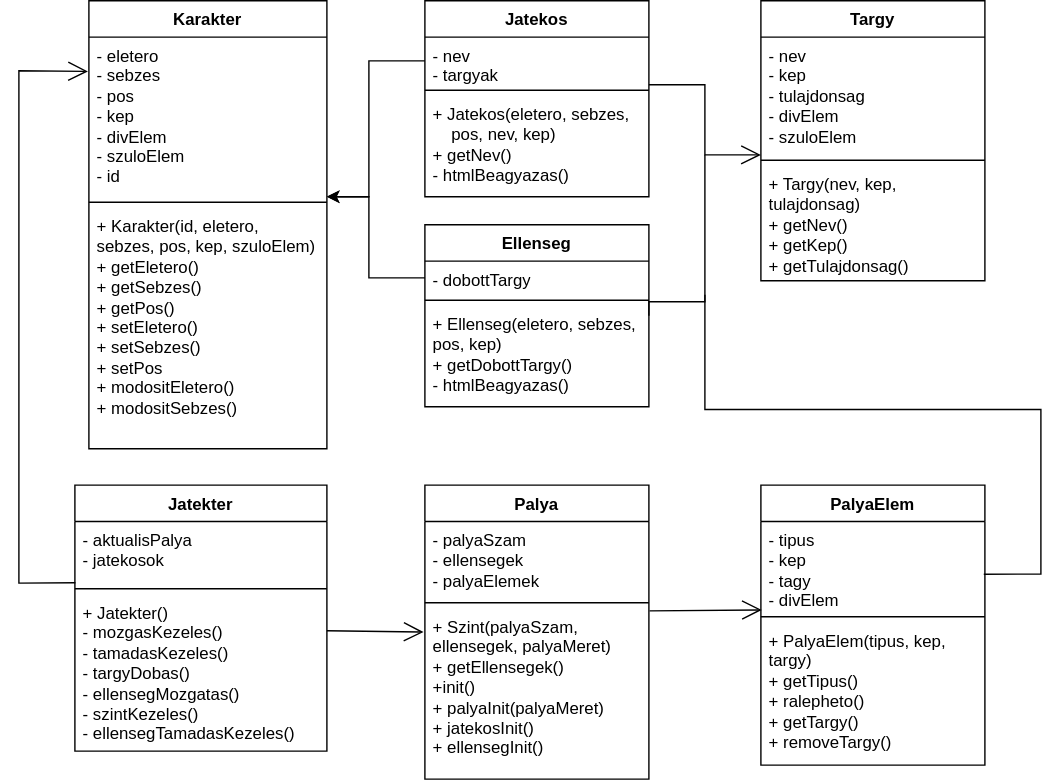
Ez-meg-egyes/Multiplayer-jatek keeps this draw.io diagram as Dokumentumok/Jatek_Osztalyok.svg. Above is the earlier version. Source tidied: cells renumbered, new cells last; positions are measured from the earlier drawing's top-left corner, leaving out a move shared by most shapes.
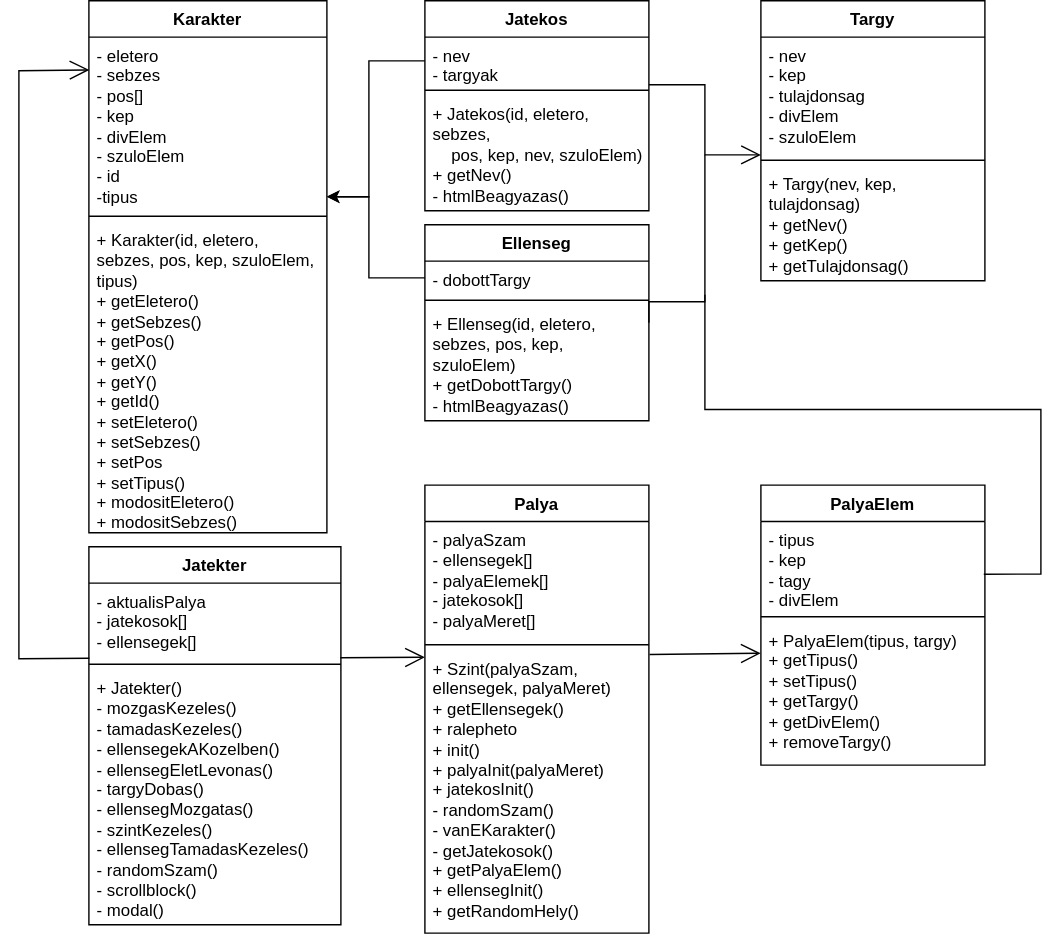
After the commit.

Commit message:
UML ábra frissítve

Diff of the diagram source:
```diff
@@ -15,21 +15,16 @@
       <mxGeometry y="118" width="160" height="82" as="geometry" />
     </mxCell>
     <mxCell id="6" value="Palya" style="swimlane;fontStyle=1;align=center;verticalAlign=top;horizontal=1;startSize=26;whiteSpace=wrap;html=1;" parent="1" vertex="1">
-      <mxGeometry x="290" y="346" width="160" height="210" as="geometry" />
+      <mxGeometry x="290" y="346" width="160" height="320" as="geometry" />
     </mxCell>
-    <mxCell id="7" value="- palyaSzam&lt;br&gt;- ellensegek&lt;br&gt;- palyaElemek" style="text;strokeColor=none;fillColor=none;align=left;verticalAlign=top;spacingLeft=4;spacingRight=4;overflow=hidden;whiteSpace=wrap;html=1;" parent="6" vertex="1">
-      <mxGeometry y="26" width="160" height="54" as="geometry" />
+    <mxCell id="7" value="- palyaSzam&lt;br&gt;- ellensegek[]&lt;br&gt;- palyaElemek[]&lt;br&gt;- jatekosok[]&lt;br&gt;- palyaMeret[]" style="text;strokeColor=none;fillColor=none;align=left;verticalAlign=top;spacingLeft=4;spacingRight=4;overflow=hidden;whiteSpace=wrap;html=1;" parent="6" vertex="1">
+      <mxGeometry y="26" width="160" height="84" as="geometry" />
     </mxCell>
     <mxCell id="8" style="line;strokeWidth=1;fillColor=none;align=left;verticalAlign=middle;spacingTop=-1;spacingLeft=3;spacingRight=3;labelPosition=right;strokeColor=inherit;" parent="6" vertex="1">
-      <mxGeometry y="80" width="160" height="8" as="geometry" />
+      <mxGeometry y="110" width="160" height="8" as="geometry" />
     </mxCell>
-    <mxCell id="9" style="endArrow=open;endFill=1;endSize=12;html=1;rounded=0;entryX=-0.006;entryY=0.139;entryDx=0;entryDy=0;entryPerimeter=0;" parent="6" edge="1" target="10">
-      <mxGeometry relative="1" as="geometry">
-        <mxPoint x="-70" y="104" as="sourcePoint" />
-      </mxGeometry>
-    </mxCell>
-    <mxCell id="10" value="+ Szint(palyaSzam, ellensegek, palyaMeret)&lt;br&gt;+ getEllensegek()&lt;br&gt;+init()&lt;br&gt;+ palyaInit(palyaMeret)&lt;br&gt;+ jatekosInit()&lt;br&gt;+ ellensegInit()" style="text;strokeColor=none;fillColor=none;align=left;verticalAlign=top;spacingLeft=4;spacingRight=4;overflow=hidden;points=[[0,0.5],[1,0.5]];portConstraint=eastwest;whiteSpace=wrap;html=1;" parent="6" vertex="1">
-      <mxGeometry y="88" width="160" height="122" as="geometry" />
+    <mxCell id="10" value="+ Szint(palyaSzam, ellensegek, palyaMeret)&lt;br&gt;+ getEllensegek()&lt;br&gt;+ ralepheto&lt;br&gt;+ init()&lt;br&gt;+ palyaInit(palyaMeret)&lt;br&gt;+ jatekosInit()&lt;br&gt;- randomSzam()&lt;br&gt;- vanEKarakter()&lt;br&gt;- getJatekosok()&lt;br&gt;+ getPalyaElem()&lt;br&gt;+ ellensegInit()&lt;br&gt;+ getRandomHely()" style="text;strokeColor=none;fillColor=none;align=left;verticalAlign=top;spacingLeft=4;spacingRight=4;overflow=hidden;points=[[0,0.5],[1,0.5]];portConstraint=eastwest;whiteSpace=wrap;html=1;" parent="6" vertex="1">
+      <mxGeometry y="118" width="160" height="202" as="geometry" />
     </mxCell>
     <mxCell id="11" style="edgeStyle=orthogonalEdgeStyle;rounded=0;jettySize=auto;html=1;exitX=0;exitY=0.5;exitDx=0;exitDy=0;" parent="1" edge="1" source="13">
       <mxGeometry relative="1" as="geometry">
@@ -41,7 +36,7 @@
       </mxGeometry>
     </mxCell>
     <mxCell id="12" value="Ellenseg" style="swimlane;fontStyle=1;align=center;verticalAlign=top;horizontal=1;startSize=26;whiteSpace=wrap;html=1;" parent="1" vertex="1">
-      <mxGeometry x="290" y="160" width="160" height="130" as="geometry" />
+      <mxGeometry x="290" y="160" width="160" height="140" as="geometry" />
     </mxCell>
     <mxCell id="13" value="- dobottTargy" style="text;strokeColor=none;fillColor=none;align=left;verticalAlign=top;spacingLeft=4;spacingRight=4;overflow=hidden;points=[[0,0.5],[1,0.5]];portConstraint=eastwest;whiteSpace=wrap;html=1;" parent="12" vertex="1">
       <mxGeometry y="26" width="160" height="24" as="geometry" />
@@ -49,11 +44,11 @@
     <mxCell id="14" style="line;strokeWidth=1;fillColor=none;align=left;verticalAlign=middle;spacingTop=-1;spacingLeft=3;spacingRight=3;labelPosition=right;strokeColor=inherit;" parent="12" vertex="1">
       <mxGeometry y="50" width="160" height="8" as="geometry" />
     </mxCell>
-    <mxCell id="15" value="+ Ellenseg(eletero, sebzes, pos, kep)&lt;br&gt;+ getDobottTargy()&lt;br&gt;- htmlBeagyazas()" style="text;strokeColor=none;fillColor=none;align=left;verticalAlign=top;spacingLeft=4;spacingRight=4;overflow=hidden;whiteSpace=wrap;html=1;" parent="12" vertex="1">
-      <mxGeometry y="58" width="160" height="72" as="geometry" />
+    <mxCell id="15" value="+ Ellenseg(id, eletero, sebzes, pos, kep, szuloElem)&lt;br&gt;+ getDobottTargy()&lt;br&gt;- htmlBeagyazas()" style="text;strokeColor=none;fillColor=none;align=left;verticalAlign=top;spacingLeft=4;spacingRight=4;overflow=hidden;whiteSpace=wrap;html=1;" parent="12" vertex="1">
+      <mxGeometry y="58" width="160" height="82" as="geometry" />
     </mxCell>
     <mxCell id="16" value="Jatekos" style="swimlane;fontStyle=1;align=center;verticalAlign=top;horizontal=1;startSize=26;whiteSpace=wrap;html=1;" parent="1" vertex="1">
-      <mxGeometry x="290" width="160" height="140" as="geometry" />
+      <mxGeometry x="290" width="160" height="150" as="geometry" />
     </mxCell>
     <mxCell id="17" value="- nev&lt;br&gt;- targyak" style="text;strokeColor=none;fillColor=none;align=left;verticalAlign=top;spacingLeft=4;spacingRight=4;overflow=hidden;points=[[0,0.5],[1,0.5]];portConstraint=eastwest;whiteSpace=wrap;html=1;" parent="16" vertex="1">
       <mxGeometry y="26" width="160" height="34" as="geometry" />
@@ -61,32 +56,32 @@
     <mxCell id="18" style="line;strokeWidth=1;fillColor=none;align=left;verticalAlign=middle;spacingTop=-1;spacingLeft=3;spacingRight=3;labelPosition=right;strokeColor=inherit;" parent="16" vertex="1">
       <mxGeometry y="60" width="160" height="8" as="geometry" />
     </mxCell>
-    <mxCell id="19" value="+ Jatekos(eletero, sebzes, &lt;br&gt;&lt;span style=&quot;&quot;&gt;&lt;span style=&quot;&quot;&gt;&amp;nbsp;&amp;nbsp;&amp;nbsp;&amp;nbsp;&lt;/span&gt;&lt;/span&gt;pos, nev, kep)&lt;br&gt;+ getNev()&lt;br&gt;- htmlBeagyazas()" style="text;strokeColor=none;fillColor=none;align=left;verticalAlign=top;spacingLeft=4;spacingRight=4;overflow=hidden;whiteSpace=wrap;html=1;" parent="16" vertex="1">
-      <mxGeometry y="68" width="160" height="72" as="geometry" />
+    <mxCell id="19" value="+ Jatekos(id, eletero, sebzes, &lt;br&gt;&lt;span style=&quot;&quot;&gt;&lt;span style=&quot;&quot;&gt;&amp;nbsp;&amp;nbsp;&amp;nbsp;&amp;nbsp;&lt;/span&gt;&lt;/span&gt;pos, kep, nev, szuloElem)&lt;br&gt;+ getNev()&lt;br&gt;- htmlBeagyazas()" style="text;strokeColor=none;fillColor=none;align=left;verticalAlign=top;spacingLeft=4;spacingRight=4;overflow=hidden;whiteSpace=wrap;html=1;" parent="16" vertex="1">
+      <mxGeometry y="68" width="160" height="82" as="geometry" />
     </mxCell>
     <mxCell id="20" value="Jatekter" style="swimlane;fontStyle=1;align=center;verticalAlign=top;horizontal=1;startSize=26;whiteSpace=wrap;html=1;" parent="1" vertex="1">
-      <mxGeometry x="40" y="346" width="180" height="190" as="geometry" />
+      <mxGeometry x="50" y="390" width="180" height="270" as="geometry" />
     </mxCell>
-    <mxCell id="21" value="- aktualisPalya&lt;br&gt;- jatekosok" style="text;strokeColor=none;fillColor=none;align=left;verticalAlign=top;spacingLeft=4;spacingRight=4;overflow=hidden;points=[[0,0.5],[1,0.5]];portConstraint=eastwest;whiteSpace=wrap;html=1;" parent="20" vertex="1">
-      <mxGeometry y="26" width="180" height="44" as="geometry" />
+    <mxCell id="21" value="- aktualisPalya&lt;br&gt;- jatekosok[]&lt;br&gt;- ellensegek[]" style="text;strokeColor=none;fillColor=none;align=left;verticalAlign=top;spacingLeft=4;spacingRight=4;overflow=hidden;points=[[0,0.5],[1,0.5]];portConstraint=eastwest;whiteSpace=wrap;html=1;" parent="20" vertex="1">
+      <mxGeometry y="26" width="180" height="54" as="geometry" />
     </mxCell>
     <mxCell id="22" style="line;strokeWidth=1;fillColor=none;align=left;verticalAlign=middle;spacingTop=-1;spacingLeft=3;spacingRight=3;labelPosition=right;strokeColor=inherit;" parent="20" vertex="1">
-      <mxGeometry y="70" width="180" height="8" as="geometry" />
+      <mxGeometry y="80" width="180" height="8" as="geometry" />
     </mxCell>
-    <mxCell id="23" value="+ Jatekter()&lt;br&gt;- mozgasKezeles()&lt;br&gt;- tamadasKezeles()&lt;br&gt;- targyDobas()&lt;br&gt;- ellensegMozgatas()&lt;br&gt;- szintKezeles()&lt;br&gt;- ellensegTamadasKezeles()&lt;br&gt;" style="text;strokeColor=none;fillColor=none;align=left;verticalAlign=top;spacingLeft=4;spacingRight=4;overflow=hidden;whiteSpace=wrap;html=1;" parent="20" vertex="1">
-      <mxGeometry y="78" width="180" height="112" as="geometry" />
+    <mxCell id="23" value="+ Jatekter()&lt;br&gt;- mozgasKezeles()&lt;br&gt;- tamadasKezeles()&lt;br&gt;-&amp;nbsp;ellensegekAKozelben()&lt;br&gt;- ellensegEletLevonas()&lt;br&gt;- targyDobas()&lt;br&gt;- ellensegMozgatas()&lt;br&gt;- szintKezeles()&lt;br&gt;- ellensegTamadasKezeles()&lt;br&gt;- randomSzam()&lt;br&gt;- scrollblock()&lt;br&gt;- modal()" style="text;strokeColor=none;fillColor=none;align=left;verticalAlign=top;spacingLeft=4;spacingRight=4;overflow=hidden;whiteSpace=wrap;html=1;" parent="20" vertex="1">
+      <mxGeometry y="88" width="180" height="182" as="geometry" />
     </mxCell>
     <mxCell id="24" value="Karakter" style="swimlane;fontStyle=1;align=center;verticalAlign=top;horizontal=1;startSize=26;whiteSpace=wrap;html=1;" parent="1" vertex="1">
-      <mxGeometry x="50" width="170" height="320" as="geometry" />
+      <mxGeometry x="50" width="170" height="380" as="geometry" />
     </mxCell>
-    <mxCell id="25" value="- eletero&lt;br&gt;- sebzes&lt;br&gt;- pos&lt;br&gt;- kep&lt;br&gt;- divElem&lt;br&gt;- szuloElem&lt;br&gt;- id" style="text;strokeColor=none;fillColor=none;align=left;verticalAlign=top;spacingLeft=4;spacingRight=4;overflow=hidden;points=[[0,0.5],[1,0.5]];portConstraint=eastwest;whiteSpace=wrap;html=1;" parent="24" vertex="1">
-      <mxGeometry y="26" width="170" height="114" as="geometry" />
+    <mxCell id="25" value="- eletero&lt;br&gt;- sebzes&lt;br&gt;- pos[]&lt;br&gt;- kep&lt;br&gt;- divElem&lt;br&gt;- szuloElem&lt;br&gt;- id&lt;br&gt;-tipus" style="text;strokeColor=none;fillColor=none;align=left;verticalAlign=top;spacingLeft=4;spacingRight=4;overflow=hidden;points=[[0,0.5],[1,0.5]];portConstraint=eastwest;whiteSpace=wrap;html=1;" parent="24" vertex="1">
+      <mxGeometry y="26" width="170" height="124" as="geometry" />
     </mxCell>
     <mxCell id="26" style="line;strokeWidth=1;fillColor=none;align=left;verticalAlign=middle;spacingTop=-1;spacingLeft=3;spacingRight=3;labelPosition=right;strokeColor=inherit;" parent="24" vertex="1">
-      <mxGeometry y="140" width="170" height="8" as="geometry" />
+      <mxGeometry y="150" width="170" height="8" as="geometry" />
     </mxCell>
-    <mxCell id="27" value="+ Karakter(id, eletero, sebzes, pos, kep, szuloElem)&lt;br&gt;+ getEletero()&lt;br&gt;+ getSebzes()&lt;br&gt;+ getPos()&lt;br&gt;+ setEletero()&lt;br&gt;+ setSebzes()&lt;br&gt;+ setPos&lt;br&gt;+ modositEletero()&lt;br&gt;+ modositSebzes()" style="text;strokeColor=none;fillColor=none;align=left;verticalAlign=top;spacingLeft=4;spacingRight=4;overflow=hidden;whiteSpace=wrap;html=1;" parent="24" vertex="1">
-      <mxGeometry y="148" width="170" height="172" as="geometry" />
+    <mxCell id="27" value="+ Karakter(id, eletero, sebzes, pos, kep, szuloElem, tipus)&lt;br&gt;+ getEletero()&lt;br&gt;+ getSebzes()&lt;br&gt;+ getPos()&lt;br&gt;+ getX()&lt;br&gt;+ getY()&lt;br&gt;+ getId()&lt;br&gt;+ setEletero()&lt;br&gt;+ setSebzes()&lt;br&gt;+ setPos&lt;br&gt;+ setTipus()&lt;br&gt;+ modositEletero()&lt;br&gt;+ modositSebzes()" style="text;strokeColor=none;fillColor=none;align=left;verticalAlign=top;spacingLeft=4;spacingRight=4;overflow=hidden;whiteSpace=wrap;html=1;" parent="24" vertex="1">
+      <mxGeometry y="158" width="170" height="222" as="geometry" />
     </mxCell>
     <mxCell id="28" value="PalyaElem" style="swimlane;fontStyle=1;align=center;verticalAlign=top;horizontal=1;startSize=26;whiteSpace=wrap;html=1;" parent="1" vertex="1">
       <mxGeometry x="530" y="346" width="160" height="200" as="geometry" />
@@ -97,7 +92,7 @@
     <mxCell id="30" style="line;strokeWidth=1;fillColor=none;align=left;verticalAlign=middle;spacingTop=-1;spacingLeft=3;spacingRight=3;labelPosition=right;strokeColor=inherit;" parent="28" vertex="1">
       <mxGeometry y="90" width="160" height="8" as="geometry" />
     </mxCell>
-    <mxCell id="31" value="+ PalyaElem(tipus, kep, targy)&lt;br&gt;+ getTipus()&lt;br&gt;+ ralepheto()&lt;br&gt;+ getTargy()&lt;br&gt;+ removeTargy()&lt;br&gt;" style="text;strokeColor=none;fillColor=none;align=left;verticalAlign=top;spacingLeft=4;spacingRight=4;overflow=hidden;points=[[0,0.5],[1,0.5]];portConstraint=eastwest;whiteSpace=wrap;html=1;" parent="28" vertex="1">
+    <mxCell id="31" value="+ PalyaElem(tipus, targy)&lt;br&gt;+ getTipus()&lt;br&gt;+ setTipus()&lt;br&gt;+ getTargy()&lt;br&gt;+ getDivElem()&lt;br&gt;+ removeTargy()" style="text;strokeColor=none;fillColor=none;align=left;verticalAlign=top;spacingLeft=4;spacingRight=4;overflow=hidden;points=[[0,0.5],[1,0.5]];portConstraint=eastwest;whiteSpace=wrap;html=1;" parent="28" vertex="1">
       <mxGeometry y="98" width="160" height="102" as="geometry" />
     </mxCell>
     <mxCell id="32" style="edgeStyle=orthogonalEdgeStyle;rounded=0;jettySize=auto;html=1;exitX=0;exitY=0.5;exitDx=0;exitDy=0;" parent="1" edge="1" source="17">
@@ -109,7 +104,7 @@
         </Array>
       </mxGeometry>
     </mxCell>
-    <mxCell id="33" style="endArrow=open;endFill=1;endSize=12;html=1;rounded=0;exitX=1.003;exitY=0.015;exitDx=0;exitDy=0;exitPerimeter=0;entryX=0.004;entryY=0.987;entryDx=0;entryDy=0;entryPerimeter=0;" parent="1" edge="1" source="10" target="29">
+    <mxCell id="33" style="endArrow=open;endFill=1;endSize=12;html=1;rounded=0;exitX=1.003;exitY=0.015;exitDx=0;exitDy=0;exitPerimeter=0;entryX=-0.001;entryY=0.217;entryDx=0;entryDy=0;entryPerimeter=0;" parent="1" edge="1" source="10" target="31">
       <mxGeometry relative="1" as="geometry" />
     </mxCell>
     <mxCell id="34" style="endArrow=open;endFill=1;endSize=12;html=1;rounded=0;entryX=0;entryY=1.002;entryDx=0;entryDy=0;entryPerimeter=0;" parent="1" edge="1" target="3">
@@ -139,13 +134,19 @@
         </Array>
       </mxGeometry>
     </mxCell>
-    <mxCell id="37" style="endArrow=open;endFill=1;endSize=12;html=1;rounded=0;exitX=0.002;exitY=0.994;exitDx=0;exitDy=0;exitPerimeter=0;entryX=-0.004;entryY=0.215;entryDx=0;entryDy=0;entryPerimeter=0;" parent="1" edge="1" source="21" target="25">
+    <mxCell id="37" style="endArrow=open;endFill=1;endSize=12;html=1;rounded=0;exitX=0.002;exitY=0.994;exitDx=0;exitDy=0;exitPerimeter=0;entryX=0.002;entryY=0.189;entryDx=0;entryDy=0;entryPerimeter=0;" parent="1" edge="1" source="21" target="25">
       <mxGeometry relative="1" as="geometry">
         <Array as="points">
+          <mxPoint y="470" />
           <mxPoint y="416" />
           <mxPoint y="50" />
         </Array>
       </mxGeometry>
     </mxCell>
+    <mxCell id="9" style="endArrow=open;endFill=1;endSize=12;html=1;rounded=0;exitX=0.998;exitY=0.988;exitDx=0;exitDy=0;exitPerimeter=0;" parent="1" edge="1" source="21">
+      <mxGeometry relative="1" as="geometry">
+        <mxPoint x="290" y="469" as="targetPoint" />
+      </mxGeometry>
+    </mxCell>
   </root>
 </mxGraphModel>
```
